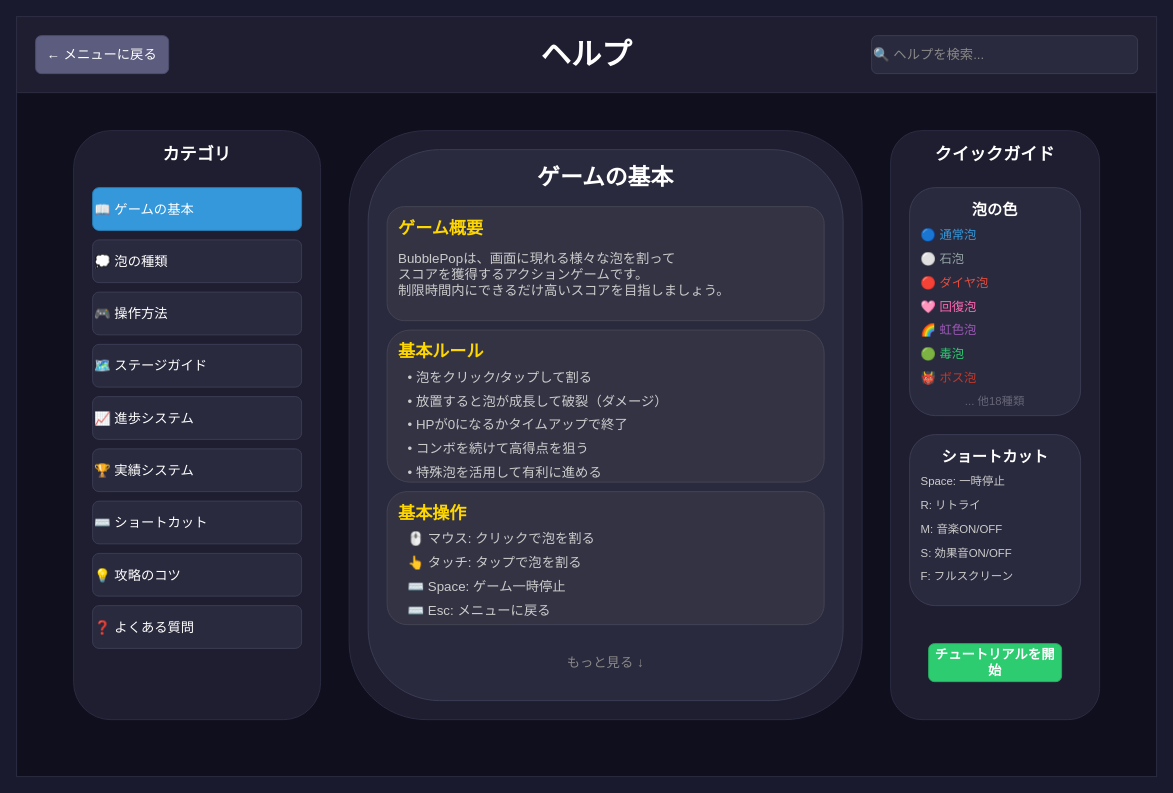
taku-o/awaputi2 keeps this draw.io diagram as docs/design/page_layout/40_help_page.drawio. Above is the earlier version. Source tidied: cells renumbered, new cells numbered last; positions are measured from the earlier drawing's top-left corner, leaving out a move shared by most shapes. Both pictures are drawn from the tidied source at 95%, with x=0, y=0 at pixel (16, 16).
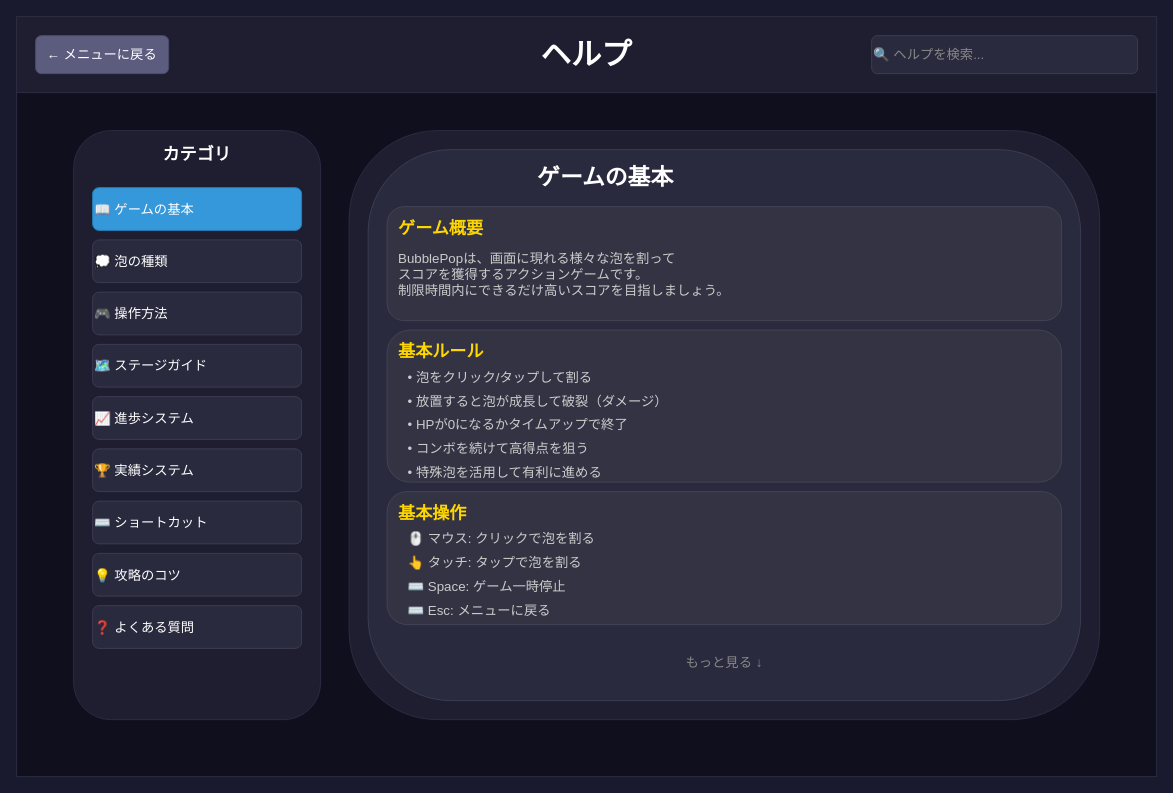
The same diagram, later.

Commit message (it also covers changes not shown here):
update page design.

Change to the diagram source:
```diff
@@
     <mxCell id="19" style="rounded=1;whiteSpace=wrap;html=1;fillColor=#1e1e30;strokeColor=#2d2d44;" parent="1" vertex="1">
-      <mxGeometry x="350" y="120" width="540" height="620" as="geometry" />
+      <mxGeometry x="350" y="120" width="790" height="620" as="geometry" />
     </mxCell>
     <mxCell id="20" style="rounded=1;whiteSpace=wrap;html=1;fillColor=#2a2a3e;strokeColor=#3d3d55;" parent="1" vertex="1">
-      <mxGeometry x="370" y="140" width="500" height="580" as="geometry" />
+      <mxGeometry x="370" y="140" width="750" height="580" as="geometry" />
     </mxCell>
@@
     <mxCell id="22" style="rounded=1;whiteSpace=wrap;html=1;fillColor=#333344;strokeColor=#444455;" parent="1" vertex="1">
-      <mxGeometry x="390" y="200" width="460" height="120" as="geometry" />
+      <mxGeometry x="390" y="200" width="710" height="120" as="geometry" />
     </mxCell>
     <mxCell id="23" value="ゲーム概要" style="text;html=1;strokeColor=none;fillColor=none;align=left;verticalAlign=middle;whiteSpace=wrap;rounded=0;fontSize=18;fontColor=#ffd700;fontStyle=1;" parent="1" vertex="1">
-      <mxGeometry x="400" y="210" width="440" height="25" as="geometry" />
+      <mxGeometry x="400" y="210" width="690" height="25" as="geometry" />
     </mxCell>
     <mxCell id="24" value="BubblePopは、画面に現れる様々な泡を割って&#10;スコアを獲得するアクションゲームです。&#10;制限時間内にできるだけ高いスコアを目指しましょう。" style="text;html=1;strokeColor=none;fillColor=none;align=left;verticalAlign=top;whiteSpace=wrap;rounded=0;fontSize=14;fontColor=#cccccc;" parent="1" vertex="1">
-      <mxGeometry x="400" y="240" width="440" height="70" as="geometry" />
+      <mxGeometry x="400" y="240" width="690" height="70" as="geometry" />
     </mxCell>
     <mxCell id="25" style="rounded=1;whiteSpace=wrap;html=1;fillColor=#333344;strokeColor=#444455;" parent="1" vertex="1">
-      <mxGeometry x="390" y="330" width="460" height="160" as="geometry" />
+      <mxGeometry x="390" y="330" width="710" height="160" as="geometry" />
     </mxCell>
     <mxCell id="26" value="基本ルール" style="text;html=1;strokeColor=none;fillColor=none;align=left;verticalAlign=middle;whiteSpace=wrap;rounded=0;fontSize=18;fontColor=#ffd700;fontStyle=1;" parent="1" vertex="1">
-      <mxGeometry x="400" y="340" width="440" height="25" as="geometry" />
+      <mxGeometry x="400" y="340" width="690" height="25" as="geometry" />
     </mxCell>
     <mxCell id="27" value="• 泡をクリック/タップして割る" style="text;html=1;strokeColor=none;fillColor=none;align=left;verticalAlign=middle;whiteSpace=wrap;rounded=0;fontSize=14;fontColor=#cccccc;" parent="1" vertex="1">
-      <mxGeometry x="410" y="370" width="420" height="20" as="geometry" />
+      <mxGeometry x="410" y="370" width="670" height="20" as="geometry" />
     </mxCell>
     <mxCell id="28" value="• 放置すると泡が成長して破裂（ダメージ）" style="text;html=1;strokeColor=none;fillColor=none;align=left;verticalAlign=middle;whiteSpace=wrap;rounded=0;fontSize=14;fontColor=#cccccc;" parent="1" vertex="1">
-      <mxGeometry x="410" y="395" width="420" height="20" as="geometry" />
+      <mxGeometry x="410" y="395" width="670" height="20" as="geometry" />
     </mxCell>
     <mxCell id="29" value="• HPが0になるかタイムアップで終了" style="text;html=1;strokeColor=none;fillColor=none;align=left;verticalAlign=middle;whiteSpace=wrap;rounded=0;fontSize=14;fontColor=#cccccc;" parent="1" vertex="1">
-      <mxGeometry x="410" y="420" width="420" height="20" as="geometry" />
+      <mxGeometry x="410" y="420" width="670" height="20" as="geometry" />
     </mxCell>
     <mxCell id="30" value="• コンボを続けて高得点を狙う" style="text;html=1;strokeColor=none;fillColor=none;align=left;verticalAlign=middle;whiteSpace=wrap;rounded=0;fontSize=14;fontColor=#cccccc;" parent="1" vertex="1">
-      <mxGeometry x="410" y="445" width="420" height="20" as="geometry" />
+      <mxGeometry x="410" y="445" width="670" height="20" as="geometry" />
     </mxCell>
     <mxCell id="31" value="• 特殊泡を活用して有利に進める" style="text;html=1;strokeColor=none;fillColor=none;align=left;verticalAlign=middle;whiteSpace=wrap;rounded=0;fontSize=14;fontColor=#cccccc;" parent="1" vertex="1">
-      <mxGeometry x="410" y="470" width="420" height="20" as="geometry" />
+      <mxGeometry x="410" y="470" width="670" height="20" as="geometry" />
     </mxCell>
     <mxCell id="32" style="rounded=1;whiteSpace=wrap;html=1;fillColor=#333344;strokeColor=#444455;" parent="1" vertex="1">
-      <mxGeometry x="390" y="500" width="460" height="140" as="geometry" />
+      <mxGeometry x="390" y="500" width="710" height="140" as="geometry" />
     </mxCell>
     <mxCell id="33" value="基本操作" style="text;html=1;strokeColor=none;fillColor=none;align=left;verticalAlign=middle;whiteSpace=wrap;rounded=0;fontSize=18;fontColor=#ffd700;fontStyle=1;" parent="1" vertex="1">
-      <mxGeometry x="400" y="510" width="440" height="25" as="geometry" />
+      <mxGeometry x="400" y="510" width="690" height="25" as="geometry" />
     </mxCell>
     <mxCell id="34" value="🖱️ マウス: クリックで泡を割る" style="text;html=1;strokeColor=none;fillColor=none;align=left;verticalAlign=middle;whiteSpace=wrap;rounded=0;fontSize=14;fontColor=#cccccc;" parent="1" vertex="1">
-      <mxGeometry x="410" y="540" width="420" height="20" as="geometry" />
+      <mxGeometry x="410" y="540" width="670" height="20" as="geometry" />
     </mxCell>
     <mxCell id="35" value="👆 タッチ: タップで泡を割る" style="text;html=1;strokeColor=none;fillColor=none;align=left;verticalAlign=middle;whiteSpace=wrap;rounded=0;fontSize=14;fontColor=#cccccc;" parent="1" vertex="1">
-      <mxGeometry x="410" y="565" width="420" height="20" as="geometry" />
+      <mxGeometry x="410" y="565" width="670" height="20" as="geometry" />
     </mxCell>
     <mxCell id="36" value="⌨️ Space: ゲーム一時停止" style="text;html=1;strokeColor=none;fillColor=none;align=left;verticalAlign=middle;whiteSpace=wrap;rounded=0;fontSize=14;fontColor=#cccccc;" parent="1" vertex="1">
-      <mxGeometry x="410" y="590" width="420" height="20" as="geometry" />
+      <mxGeometry x="410" y="590" width="670" height="20" as="geometry" />
     </mxCell>
     <mxCell id="37" value="⌨️ Esc: メニューに戻る" style="text;html=1;strokeColor=none;fillColor=none;align=left;verticalAlign=middle;whiteSpace=wrap;rounded=0;fontSize=14;fontColor=#cccccc;" parent="1" vertex="1">
-      <mxGeometry x="410" y="615" width="420" height="20" as="geometry" />
+      <mxGeometry x="410" y="615" width="670" height="20" as="geometry" />
     </mxCell>
     <mxCell id="38" value="もっと見る ↓" style="text;html=1;strokeColor=none;fillColor=none;align=center;verticalAlign=middle;whiteSpace=wrap;rounded=0;fontSize=14;fontColor=#888888;" parent="1" vertex="1">
-      <mxGeometry x="370" y="660" width="500" height="40" as="geometry" />
+      <mxGeometry x="370" y="660" width="750" height="40" as="geometry" />
     </mxCell>
-    <mxCell id="39" style="rounded=1;whiteSpace=wrap;html=1;fillColor=#1e1e30;strokeColor=#2d2d44;" parent="1" vertex="1">
-      <mxGeometry x="920" y="120" width="220" height="620" as="geometry" />
-    </mxCell>
-    <mxCell id="40" value="クイックガイド" style="text;html=1;strokeColor=none;fillColor=none;align=center;verticalAlign=middle;whiteSpace=wrap;rounded=0;fontSize=18;fontColor=#ffffff;fontStyle=1;" parent="1" vertex="1">
-      <mxGeometry x="920" y="130" width="220" height="30" as="geometry" />
-    </mxCell>
-    <mxCell id="41" style="rounded=1;whiteSpace=wrap;html=1;fillColor=#2a2a3e;strokeColor=#3d3d55;" parent="1" vertex="1">
-      <mxGeometry x="940" y="180" width="180" height="240" as="geometry" />
-    </mxCell>
-    <mxCell id="42" value="泡の色" style="text;html=1;strokeColor=none;fillColor=none;align=center;verticalAlign=middle;whiteSpace=wrap;rounded=0;fontSize=16;fontColor=#ffffff;fontStyle=1;" parent="1" vertex="1">
-      <mxGeometry x="940" y="190" width="180" height="25" as="geometry" />
-    </mxCell>
-    <mxCell id="43" value="🔵 通常泡" style="text;html=1;strokeColor=none;fillColor=none;align=left;verticalAlign=middle;whiteSpace=wrap;rounded=0;fontSize=13;fontColor=#3498db;" parent="1" vertex="1">
-      <mxGeometry x="950" y="220" width="160" height="20" as="geometry" />
-    </mxCell>
-    <mxCell id="44" value="⚪ 石泡" style="text;html=1;strokeColor=none;fillColor=none;align=left;verticalAlign=middle;whiteSpace=wrap;rounded=0;fontSize=13;fontColor=#95a5a6;" parent="1" vertex="1">
-      <mxGeometry x="950" y="245" width="160" height="20" as="geometry" />
-    </mxCell>
-    <mxCell id="45" value="🔴 ダイヤ泡" style="text;html=1;strokeColor=none;fillColor=none;align=left;verticalAlign=middle;whiteSpace=wrap;rounded=0;fontSize=13;fontColor=#e74c3c;" parent="1" vertex="1">
-      <mxGeometry x="950" y="270" width="160" height="20" as="geometry" />
-    </mxCell>
-    <mxCell id="46" value="🩷 回復泡" style="text;html=1;strokeColor=none;fillColor=none;align=left;verticalAlign=middle;whiteSpace=wrap;rounded=0;fontSize=13;fontColor=#ff69b4;" parent="1" vertex="1">
-      <mxGeometry x="950" y="295" width="160" height="20" as="geometry" />
-    </mxCell>
-    <mxCell id="47" value="🌈 虹色泡" style="text;html=1;strokeColor=none;fillColor=none;align=left;verticalAlign=middle;whiteSpace=wrap;rounded=0;fontSize=13;fontColor=#9b59b6;" parent="1" vertex="1">
-      <mxGeometry x="950" y="320" width="160" height="20" as="geometry" />
-    </mxCell>
-    <mxCell id="48" value="🟢 毒泡" style="text;html=1;strokeColor=none;fillColor=none;align=left;verticalAlign=middle;whiteSpace=wrap;rounded=0;fontSize=13;fontColor=#2ecc71;" parent="1" vertex="1">
-      <mxGeometry x="950" y="345" width="160" height="20" as="geometry" />
-    </mxCell>
-    <mxCell id="49" value="👹 ボス泡" style="text;html=1;strokeColor=none;fillColor=none;align=left;verticalAlign=middle;whiteSpace=wrap;rounded=0;fontSize=13;fontColor=#c0392b;" parent="1" vertex="1">
-      <mxGeometry x="950" y="370" width="160" height="20" as="geometry" />
-    </mxCell>
-    <mxCell id="50" value="... 他18種類" style="text;html=1;strokeColor=none;fillColor=none;align=center;verticalAlign=middle;whiteSpace=wrap;rounded=0;fontSize=12;fontColor=#666677;" parent="1" vertex="1">
-      <mxGeometry x="940" y="395" width="180" height="20" as="geometry" />
-    </mxCell>
-    <mxCell id="51" style="rounded=1;whiteSpace=wrap;html=1;fillColor=#2a2a3e;strokeColor=#3d3d55;" parent="1" vertex="1">
-      <mxGeometry x="940" y="440" width="180" height="180" as="geometry" />
-    </mxCell>
-    <mxCell id="52" value="ショートカット" style="text;html=1;strokeColor=none;fillColor=none;align=center;verticalAlign=middle;whiteSpace=wrap;rounded=0;fontSize=16;fontColor=#ffffff;fontStyle=1;" parent="1" vertex="1">
-      <mxGeometry x="940" y="450" width="180" height="25" as="geometry" />
-    </mxCell>
-    <mxCell id="53" value="Space: 一時停止" style="text;html=1;strokeColor=none;fillColor=none;align=left;verticalAlign=middle;whiteSpace=wrap;rounded=0;fontSize=12;fontColor=#cccccc;" parent="1" vertex="1">
-      <mxGeometry x="950" y="480" width="160" height="20" as="geometry" />
-    </mxCell>
-    <mxCell id="54" value="R: リトライ" style="text;html=1;strokeColor=none;fillColor=none;align=left;verticalAlign=middle;whiteSpace=wrap;rounded=0;fontSize=12;fontColor=#cccccc;" parent="1" vertex="1">
-      <mxGeometry x="950" y="505" width="160" height="20" as="geometry" />
-    </mxCell>
-    <mxCell id="55" value="M: 音楽ON/OFF" style="text;html=1;strokeColor=none;fillColor=none;align=left;verticalAlign=middle;whiteSpace=wrap;rounded=0;fontSize=12;fontColor=#cccccc;" parent="1" vertex="1">
-      <mxGeometry x="950" y="530" width="160" height="20" as="geometry" />
-    </mxCell>
-    <mxCell id="56" value="S: 効果音ON/OFF" style="text;html=1;strokeColor=none;fillColor=none;align=left;verticalAlign=middle;whiteSpace=wrap;rounded=0;fontSize=12;fontColor=#cccccc;" parent="1" vertex="1">
-      <mxGeometry x="950" y="555" width="160" height="20" as="geometry" />
-    </mxCell>
-    <mxCell id="57" value="F: フルスクリーン" style="text;html=1;strokeColor=none;fillColor=none;align=left;verticalAlign=middle;whiteSpace=wrap;rounded=0;fontSize=12;fontColor=#cccccc;" parent="1" vertex="1">
-      <mxGeometry x="950" y="580" width="160" height="20" as="geometry" />
-    </mxCell>
-    <mxCell id="58" value="チュートリアルを開始" style="rounded=1;whiteSpace=wrap;html=1;fillColor=#2ecc71;strokeColor=#27ae60;fontSize=14;fontColor=#ffffff;fontStyle=1;" parent="1" vertex="1">
-      <mxGeometry x="960" y="660" width="140" height="40" as="geometry" />
-    </mxCell>
```
